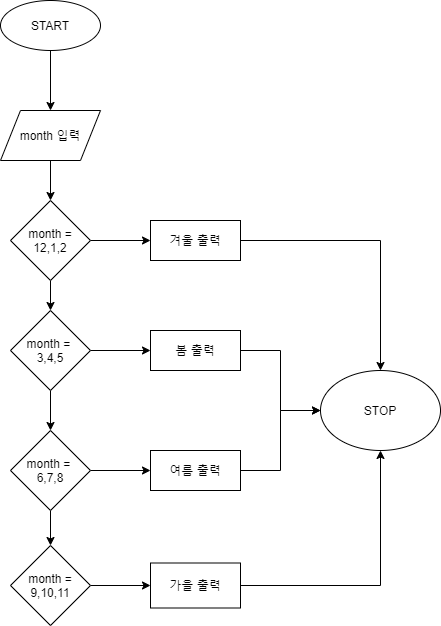
This is 5AL.png from ian0550/20201217_new, a draw.io export, as it was before one commit. Source tidied: cells renumbered, new cells last; positions are measured from the earlier drawing's top-left corner, leaving out a move shared by most shapes. The source it was exported from:
```xml
<mxGraphModel background="#ffffff">
  <root>
    <mxCell id="0" />
    <mxCell id="1" parent="0" />
    <mxCell id="2" style="edgeStyle=orthogonalEdgeStyle;rounded=0;jettySize=auto;html=1;" parent="1" edge="1" source="3" target="5">
      <mxGeometry relative="1" as="geometry" />
    </mxCell>
    <mxCell id="3" value="START" style="ellipse;whiteSpace=wrap;html=1;" parent="1" vertex="1">
      <mxGeometry width="100" height="50" as="geometry" />
    </mxCell>
    <mxCell id="4" style="edgeStyle=orthogonalEdgeStyle;rounded=0;jettySize=auto;html=1;" parent="1" edge="1" source="5" target="8">
      <mxGeometry relative="1" as="geometry" />
    </mxCell>
    <mxCell id="5" value="month 입력" style="shape=parallelogram;perimeter=parallelogramPerimeter;whiteSpace=wrap;html=1;fixedSize=1;" parent="1" vertex="1">
      <mxGeometry y="110" width="100" height="50" as="geometry" />
    </mxCell>
    <mxCell id="6" style="edgeStyle=orthogonalEdgeStyle;rounded=0;jettySize=auto;html=1;" parent="1" edge="1" source="8" target="11">
      <mxGeometry relative="1" as="geometry" />
    </mxCell>
    <mxCell id="7" style="edgeStyle=orthogonalEdgeStyle;rounded=0;jettySize=auto;html=1;" parent="1" edge="1" source="8" target="22">
      <mxGeometry relative="1" as="geometry" />
    </mxCell>
    <mxCell id="8" value="month = 12,1,2" style="rhombus;whiteSpace=wrap;html=1;" parent="1" vertex="1">
      <mxGeometry x="10" y="200" width="80" height="80" as="geometry" />
    </mxCell>
    <mxCell id="9" style="edgeStyle=orthogonalEdgeStyle;rounded=0;jettySize=auto;html=1;" parent="1" edge="1" source="11" target="14">
      <mxGeometry relative="1" as="geometry" />
    </mxCell>
    <mxCell id="10" style="edgeStyle=orthogonalEdgeStyle;rounded=0;jettySize=auto;html=1;" parent="1" edge="1" source="11" target="18">
      <mxGeometry relative="1" as="geometry" />
    </mxCell>
    <mxCell id="11" value="month =&amp;nbsp;&lt;br&gt;3,4,5" style="rhombus;whiteSpace=wrap;html=1;" parent="1" vertex="1">
      <mxGeometry x="10" y="310" width="80" height="80" as="geometry" />
    </mxCell>
    <mxCell id="12" style="edgeStyle=orthogonalEdgeStyle;rounded=0;jettySize=auto;html=1;" parent="1" edge="1" source="14" target="16">
      <mxGeometry relative="1" as="geometry" />
    </mxCell>
    <mxCell id="13" style="edgeStyle=orthogonalEdgeStyle;rounded=0;jettySize=auto;html=1;" parent="1" edge="1" source="14" target="20">
      <mxGeometry relative="1" as="geometry" />
    </mxCell>
    <mxCell id="14" value="month =&amp;nbsp;&lt;br&gt;6,7,8" style="rhombus;whiteSpace=wrap;html=1;" parent="1" vertex="1">
      <mxGeometry x="10" y="430" width="80" height="80" as="geometry" />
    </mxCell>
    <mxCell id="15" style="edgeStyle=orthogonalEdgeStyle;rounded=0;jettySize=auto;html=1;" parent="1" edge="1" source="16" target="24">
      <mxGeometry relative="1" as="geometry" />
    </mxCell>
    <mxCell id="16" value="month =&lt;br&gt;9,10,11" style="rhombus;whiteSpace=wrap;html=1;" parent="1" vertex="1">
      <mxGeometry x="10" y="545" width="80" height="80" as="geometry" />
    </mxCell>
    <mxCell id="17" style="edgeStyle=orthogonalEdgeStyle;rounded=0;jettySize=auto;html=1;exitX=1;exitY=0.5;exitDx=0;exitDy=0;" parent="1" edge="1" source="18" target="25">
      <mxGeometry relative="1" as="geometry" />
    </mxCell>
    <mxCell id="18" value="봄 출력" style="whiteSpace=wrap;html=1;" parent="1" vertex="1">
      <mxGeometry x="150" y="330" width="90" height="40" as="geometry" />
    </mxCell>
    <mxCell id="19" style="edgeStyle=orthogonalEdgeStyle;rounded=0;jettySize=auto;html=1;exitX=1;exitY=0.5;exitDx=0;exitDy=0;entryX=0;entryY=0.5;entryDx=0;entryDy=0;" parent="1" edge="1" source="20" target="25">
      <mxGeometry relative="1" as="geometry" />
    </mxCell>
    <mxCell id="20" value="여름 출력" style="whiteSpace=wrap;html=1;" parent="1" vertex="1">
      <mxGeometry x="150" y="450" width="90" height="40" as="geometry" />
    </mxCell>
    <mxCell id="21" style="edgeStyle=orthogonalEdgeStyle;rounded=0;jettySize=auto;html=1;" parent="1" edge="1" source="22" target="25">
      <mxGeometry relative="1" as="geometry" />
    </mxCell>
    <mxCell id="22" value="겨울 출력" style="whiteSpace=wrap;html=1;" parent="1" vertex="1">
      <mxGeometry x="150" y="220" width="90" height="40" as="geometry" />
    </mxCell>
    <mxCell id="23" style="edgeStyle=orthogonalEdgeStyle;rounded=0;jettySize=auto;html=1;exitX=1;exitY=0.5;exitDx=0;exitDy=0;entryX=0.5;entryY=1;entryDx=0;entryDy=0;" parent="1" edge="1" source="24" target="25">
      <mxGeometry relative="1" as="geometry" />
    </mxCell>
    <mxCell id="24" value="가을 출력" style="whiteSpace=wrap;html=1;" parent="1" vertex="1">
      <mxGeometry x="150" y="562.5" width="90" height="45" as="geometry" />
    </mxCell>
    <mxCell id="25" value="STOP" style="ellipse;whiteSpace=wrap;html=1;" parent="1" vertex="1">
      <mxGeometry x="320" y="370" width="120" height="80" as="geometry" />
    </mxCell>
  </root>
</mxGraphModel>
```
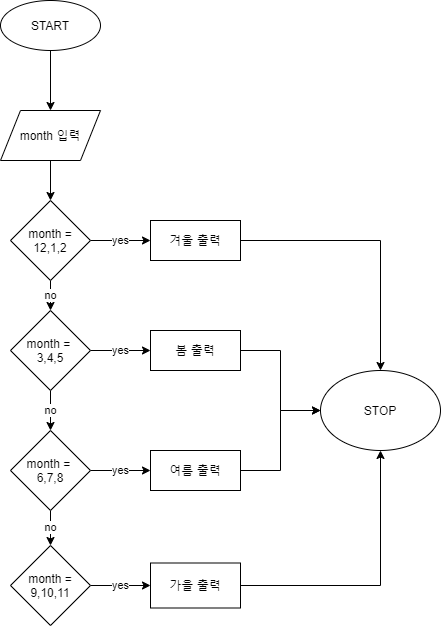
Above is the later version.

What changed in the source:
```diff
@@ -14,34 +14,34 @@
     <mxCell id="5" value="month 입력" style="shape=parallelogram;perimeter=parallelogramPerimeter;whiteSpace=wrap;html=1;fixedSize=1;" parent="1" vertex="1">
       <mxGeometry y="110" width="100" height="50" as="geometry" />
     </mxCell>
-    <mxCell id="6" style="edgeStyle=orthogonalEdgeStyle;rounded=0;jettySize=auto;html=1;" parent="1" edge="1" source="8" target="11">
+    <mxCell id="6" value="no" style="edgeStyle=orthogonalEdgeStyle;rounded=0;jettySize=auto;html=1;" parent="1" edge="1" source="8" target="11">
       <mxGeometry relative="1" as="geometry" />
     </mxCell>
-    <mxCell id="7" style="edgeStyle=orthogonalEdgeStyle;rounded=0;jettySize=auto;html=1;" parent="1" edge="1" source="8" target="22">
+    <mxCell id="7" value="yes" style="edgeStyle=orthogonalEdgeStyle;rounded=0;jettySize=auto;html=1;" parent="1" edge="1" source="8" target="22">
       <mxGeometry relative="1" as="geometry" />
     </mxCell>
     <mxCell id="8" value="month = 12,1,2" style="rhombus;whiteSpace=wrap;html=1;" parent="1" vertex="1">
       <mxGeometry x="10" y="200" width="80" height="80" as="geometry" />
     </mxCell>
-    <mxCell id="9" style="edgeStyle=orthogonalEdgeStyle;rounded=0;jettySize=auto;html=1;" parent="1" edge="1" source="11" target="14">
+    <mxCell id="9" value="no" style="edgeStyle=orthogonalEdgeStyle;rounded=0;jettySize=auto;html=1;" parent="1" edge="1" source="11" target="14">
       <mxGeometry relative="1" as="geometry" />
     </mxCell>
-    <mxCell id="10" style="edgeStyle=orthogonalEdgeStyle;rounded=0;jettySize=auto;html=1;" parent="1" edge="1" source="11" target="18">
+    <mxCell id="10" value="yes" style="edgeStyle=orthogonalEdgeStyle;rounded=0;jettySize=auto;html=1;" parent="1" edge="1" source="11" target="18">
       <mxGeometry relative="1" as="geometry" />
     </mxCell>
     <mxCell id="11" value="month =&amp;nbsp;&lt;br&gt;3,4,5" style="rhombus;whiteSpace=wrap;html=1;" parent="1" vertex="1">
       <mxGeometry x="10" y="310" width="80" height="80" as="geometry" />
     </mxCell>
-    <mxCell id="12" style="edgeStyle=orthogonalEdgeStyle;rounded=0;jettySize=auto;html=1;" parent="1" edge="1" source="14" target="16">
+    <mxCell id="12" value="no" style="edgeStyle=orthogonalEdgeStyle;rounded=0;jettySize=auto;html=1;" parent="1" edge="1" source="14" target="16">
       <mxGeometry relative="1" as="geometry" />
     </mxCell>
-    <mxCell id="13" style="edgeStyle=orthogonalEdgeStyle;rounded=0;jettySize=auto;html=1;" parent="1" edge="1" source="14" target="20">
+    <mxCell id="13" value="yes" style="edgeStyle=orthogonalEdgeStyle;rounded=0;jettySize=auto;html=1;" parent="1" edge="1" source="14" target="20">
       <mxGeometry relative="1" as="geometry" />
     </mxCell>
     <mxCell id="14" value="month =&amp;nbsp;&lt;br&gt;6,7,8" style="rhombus;whiteSpace=wrap;html=1;" parent="1" vertex="1">
       <mxGeometry x="10" y="430" width="80" height="80" as="geometry" />
     </mxCell>
-    <mxCell id="15" style="edgeStyle=orthogonalEdgeStyle;rounded=0;jettySize=auto;html=1;" parent="1" edge="1" source="16" target="24">
+    <mxCell id="15" value="yes" style="edgeStyle=orthogonalEdgeStyle;rounded=0;jettySize=auto;html=1;" parent="1" edge="1" source="16" target="24">
       <mxGeometry relative="1" as="geometry" />
     </mxCell>
     <mxCell id="16" value="month =&lt;br&gt;9,10,11" style="rhombus;whiteSpace=wrap;html=1;" parent="1" vertex="1">
```
